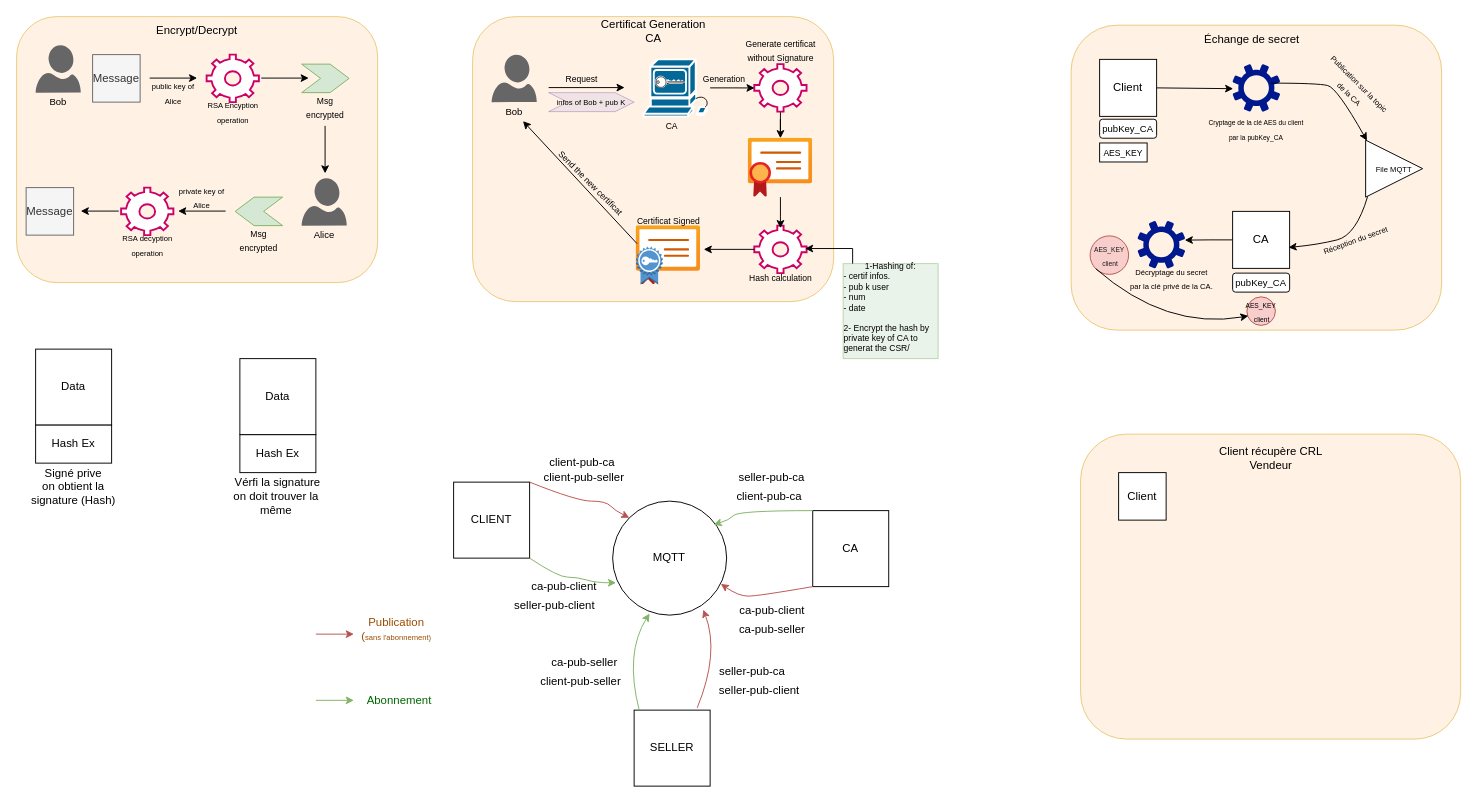
This is schema.drawio from mahmoud-illourmane/projet-rt802, a draw.io file, before an edit. Source tidied: cells renumbered, new cells numbered last; positions are measured from the earlier drawing's top-left corner, leaving out a move shared by most shapes. Both pictures are drawn from the tidied source at 95%, with x=0, y=0 at pixel (16, 16).
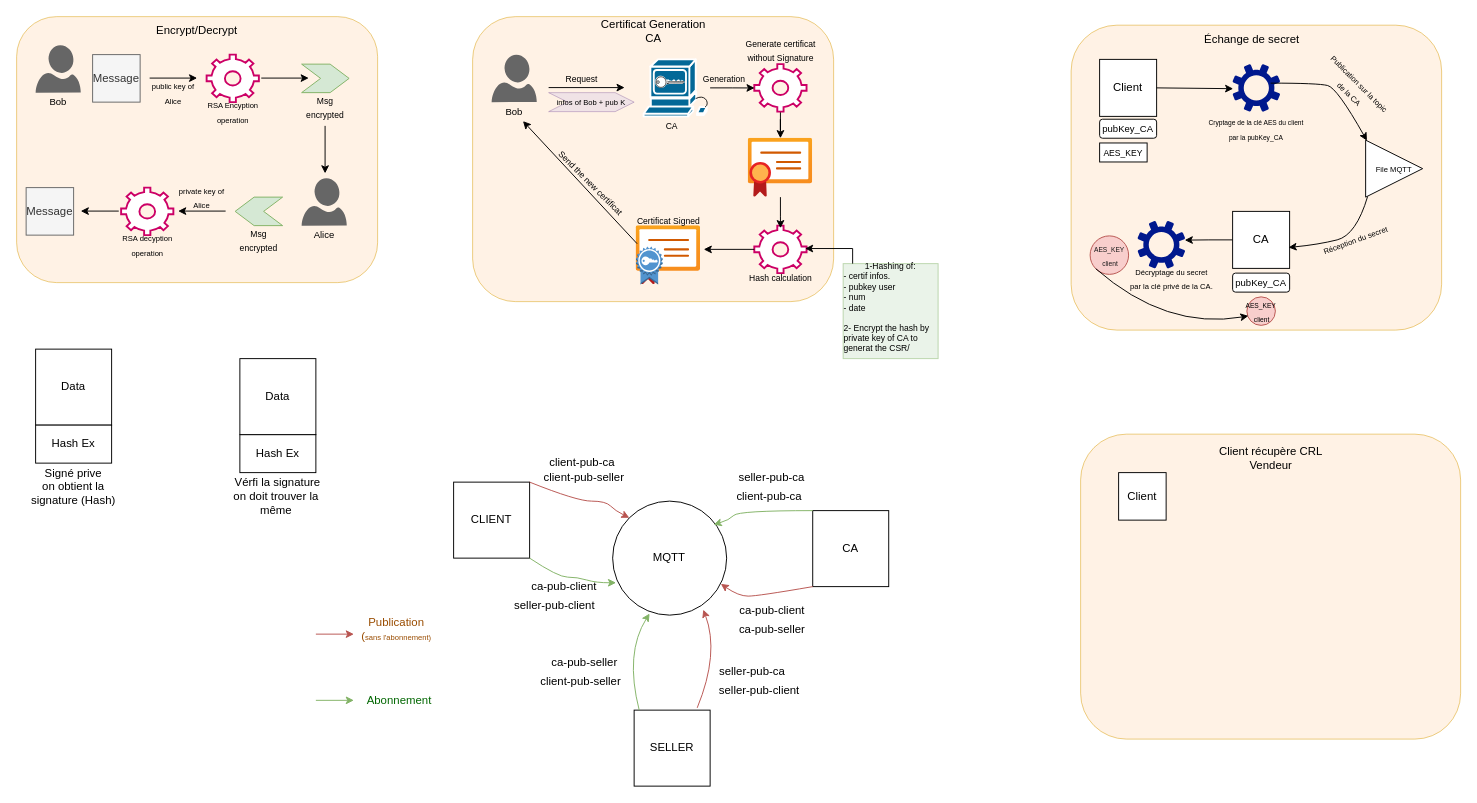
The same diagram, later.

What changed in the source:
```diff
@@
-    <mxCell id="54" value="&lt;font style=&quot;text-align: left; font-size: 9px;&quot;&gt;1-Hashing of:&lt;/font&gt;&lt;div style=&quot;text-align: left; font-size: 9px;&quot;&gt;- certif infos.&lt;/div&gt;&lt;div style=&quot;text-align: left; font-size: 9px;&quot;&gt;- pub k user&lt;/div&gt;&lt;div style=&quot;text-align: left; font-size: 9px;&quot;&gt;- num&lt;/div&gt;&lt;div style=&quot;text-align: left; font-size: 9px;&quot;&gt;- date&lt;/div&gt;&lt;div style=&quot;text-align: left; font-size: 9px;&quot;&gt;&amp;nbsp; &amp;nbsp; &amp;nbsp; &amp;nbsp;&lt;/div&gt;&lt;div style=&quot;text-align: left; font-size: 9px;&quot;&gt;2- Encrypt the hash by private key of CA to generat the CSR/&lt;/div&gt;&lt;div style=&quot;text-align: left; font-size: 9px;&quot;&gt;&lt;br&gt;&lt;/div&gt;" style="text;html=1;align=center;verticalAlign=middle;whiteSpace=wrap;rounded=0;" parent="1" vertex="1">
+    <mxCell id="54" value="&lt;font style=&quot;text-align: left; font-size: 9px;&quot;&gt;1-Hashing of:&lt;/font&gt;&lt;div style=&quot;text-align: left; font-size: 9px;&quot;&gt;- certif infos.&lt;/div&gt;&lt;div style=&quot;text-align: left; font-size: 9px;&quot;&gt;- pubkey user&lt;/div&gt;&lt;div style=&quot;text-align: left; font-size: 9px;&quot;&gt;- num&lt;/div&gt;&lt;div style=&quot;text-align: left; font-size: 9px;&quot;&gt;- date&lt;/div&gt;&lt;div style=&quot;text-align: left; font-size: 9px;&quot;&gt;&amp;nbsp; &amp;nbsp; &amp;nbsp; &amp;nbsp;&lt;/div&gt;&lt;div style=&quot;text-align: left; font-size: 9px;&quot;&gt;2- Encrypt the hash by private key of CA to generat the CSR/&lt;/div&gt;&lt;div style=&quot;text-align: left; font-size: 9px;&quot;&gt;&lt;br&gt;&lt;/div&gt;" style="text;html=1;align=center;verticalAlign=middle;whiteSpace=wrap;rounded=0;" parent="1" vertex="1">
       <mxGeometry x="870" y="270" width="100" height="80" as="geometry" />
     </mxCell>
```
